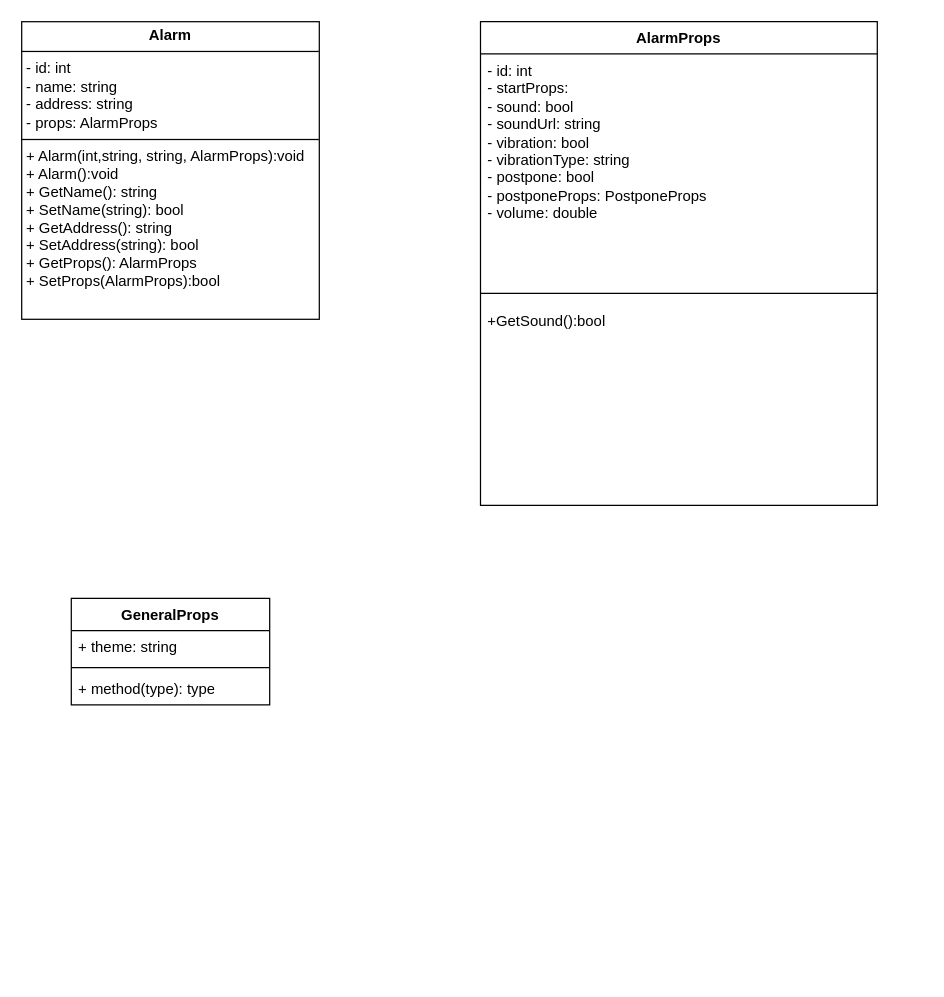
Earlier version of the draw.io diagram docs/diagrama de classes.drawio (SenhorContritus/INI3B-EQ2). Source tidied: cells renumbered, new cells numbered last; positions are measured from the earlier drawing's top-left corner, leaving out a move shared by most shapes. Both pictures are drawn from the tidied source at 124%, with x=0, y=0 at pixel (21, 21).
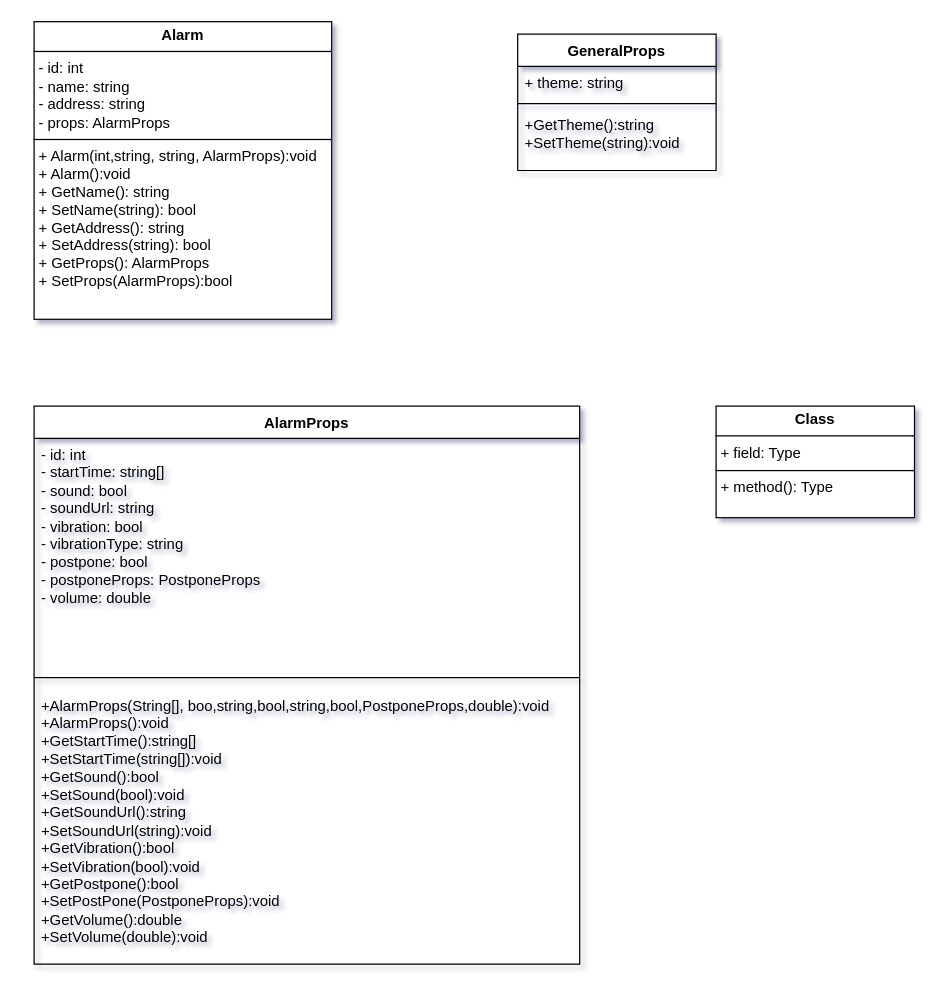
The same diagram, later.

Commit message:
AlarmProps finished

The edit, as a diff of the source:
```diff
@@
-<mxGraphModel>
+<mxGraphModel shadow="1">
   <root>
     <mxCell id="0" />
     <mxCell id="1" parent="0" />
     <mxCell id="2" value="&lt;p style=&quot;margin:0px;margin-top:4px;text-align:center;&quot;&gt;&lt;b&gt;Alarm&lt;/b&gt;&lt;/p&gt;&lt;hr size=&quot;1&quot; style=&quot;border-style:solid;&quot;&gt;&lt;p style=&quot;margin:0px;margin-left:4px;&quot;&gt;- id: int&lt;/p&gt;&lt;p style=&quot;margin:0px;margin-left:4px;&quot;&gt;- name: string&lt;/p&gt;&lt;p style=&quot;margin:0px;margin-left:4px;&quot;&gt;- address: string&lt;/p&gt;&lt;p style=&quot;margin:0px;margin-left:4px;&quot;&gt;- props: AlarmProps&lt;/p&gt;&lt;hr size=&quot;1&quot; style=&quot;border-style:solid;&quot;&gt;&lt;p style=&quot;margin:0px;margin-left:4px;&quot;&gt;+ Alarm(int,string, string, AlarmProps):void&lt;/p&gt;&lt;p style=&quot;margin:0px;margin-left:4px;&quot;&gt;+ Alarm():void&lt;/p&gt;&lt;p style=&quot;margin:0px;margin-left:4px;&quot;&gt;+ GetName(): string&lt;/p&gt;&lt;p style=&quot;margin:0px;margin-left:4px;&quot;&gt;+ SetName(string): bool&lt;/p&gt;&lt;p style=&quot;margin:0px;margin-left:4px;&quot;&gt;+ GetAddress(): string&lt;/p&gt;&lt;p style=&quot;margin:0px;margin-left:4px;&quot;&gt;+ SetAddress(string): bool&lt;/p&gt;&lt;p style=&quot;margin:0px;margin-left:4px;&quot;&gt;+ GetProps(): AlarmProps&lt;/p&gt;&lt;p style=&quot;margin:0px;margin-left:4px;&quot;&gt;+ SetProps(AlarmProps):bool&lt;/p&gt;" style="verticalAlign=top;align=left;overflow=fill;html=1;whiteSpace=wrap;" parent="1" vertex="1">
-      <mxGeometry width="240" height="240" as="geometry" />
+      <mxGeometry x="10" width="240" height="240" as="geometry" />
     </mxCell>
     <mxCell id="3" value="AlarmProps" style="swimlane;fontStyle=1;align=center;verticalAlign=top;horizontal=1;startSize=26;whiteSpace=wrap;html=1;" parent="1" vertex="1">
-      <mxGeometry x="370" width="320" height="390" as="geometry" />
+      <mxGeometry x="10" y="310" width="440" height="450" as="geometry" />
     </mxCell>
-    <mxCell id="4" value="&lt;div&gt;- id: int&lt;/div&gt;&lt;div&gt;- startProps:&amp;nbsp;&lt;/div&gt;- sound: bool&lt;div&gt;- soundUrl: string&lt;/div&gt;&lt;div&gt;- vibration: bool&lt;/div&gt;&lt;div&gt;- vibrationType: string&lt;/div&gt;&lt;div&gt;- postpone: bool&lt;/div&gt;&lt;div&gt;- postponeProps: PostponeProps&lt;/div&gt;&lt;div&gt;- volume: double&lt;/div&gt;" style="text;strokeColor=none;fillColor=none;align=left;verticalAlign=top;spacingLeft=4;spacingRight=4;overflow=hidden;whiteSpace=wrap;html=1;" parent="3" vertex="1">
-      <mxGeometry y="26" width="320" height="184" as="geometry" />
+    <mxCell id="4" value="&lt;div&gt;- id: int&lt;/div&gt;&lt;div&gt;- startTime: string[]&lt;/div&gt;- sound: bool&lt;div&gt;- soundUrl: string&lt;/div&gt;&lt;div&gt;- vibration: bool&lt;/div&gt;&lt;div&gt;- vibrationType: string&lt;/div&gt;&lt;div&gt;- postpone: bool&lt;/div&gt;&lt;div&gt;- postponeProps: PostponeProps&lt;/div&gt;&lt;div&gt;- volume: double&lt;/div&gt;" style="text;strokeColor=none;fillColor=none;align=left;verticalAlign=top;spacingLeft=4;spacingRight=4;overflow=hidden;whiteSpace=wrap;html=1;" parent="3" vertex="1">
+      <mxGeometry y="26" width="440" height="184" as="geometry" />
     </mxCell>
     <mxCell id="5" style="line;strokeWidth=1;fillColor=none;align=left;verticalAlign=middle;spacingTop=-1;spacingLeft=3;spacingRight=3;labelPosition=right;strokeColor=inherit;" parent="3" vertex="1">
-      <mxGeometry y="210" width="320" height="18" as="geometry" />
+      <mxGeometry y="210" width="440" height="18" as="geometry" />
     </mxCell>
-    <mxCell id="6" value="+GetSound():bool&lt;div&gt;&lt;br&gt;&lt;/div&gt;" style="text;strokeColor=none;fillColor=none;align=left;verticalAlign=top;spacingLeft=4;spacingRight=4;overflow=hidden;whiteSpace=wrap;html=1;" parent="3" vertex="1">
-      <mxGeometry y="228" width="320" height="162" as="geometry" />
+    <mxCell id="6" value="&lt;div&gt;+AlarmProps(String[], boo,string,bool,string,bool,PostponeProps,double):void&lt;/div&gt;&lt;div&gt;+AlarmProps():void&lt;/div&gt;&lt;div&gt;+GetStartTime():string[]&lt;/div&gt;&lt;div&gt;+SetStartTime(string[]):void&lt;/div&gt;+GetSound():bool&lt;div&gt;+SetSound(bool):void&lt;/div&gt;&lt;div&gt;+GetSoundUrl():string&lt;/div&gt;&lt;div&gt;+SetSoundUrl(string):void&lt;/div&gt;&lt;div&gt;+GetVibration():bool&lt;/div&gt;&lt;div&gt;+SetVibration(bool):void&lt;/div&gt;&lt;div&gt;+GetPostpone():bool&lt;/div&gt;&lt;div&gt;+SetPostPone(PostponeProps):void&lt;/div&gt;&lt;div&gt;+GetVolume():double&lt;/div&gt;&lt;div&gt;+SetVolume(double):void&lt;/div&gt;" style="text;strokeColor=none;fillColor=none;align=left;verticalAlign=top;spacingLeft=4;spacingRight=4;overflow=hidden;whiteSpace=wrap;html=1;" parent="3" vertex="1">
+      <mxGeometry y="228" width="440" height="222" as="geometry" />
     </mxCell>
     <mxCell id="7" value="GeneralProps" style="swimlane;fontStyle=1;align=center;verticalAlign=top;horizontal=1;startSize=26;whiteSpace=wrap;html=1;" parent="1" vertex="1">
-      <mxGeometry x="40" y="465" width="160" height="86" as="geometry" />
+      <mxGeometry x="400" y="10" width="160" height="110" as="geometry" />
     </mxCell>
     <mxCell id="8" value="+ theme: string" style="text;strokeColor=none;fillColor=none;align=left;verticalAlign=top;spacingLeft=4;spacingRight=4;overflow=hidden;whiteSpace=wrap;html=1;" parent="7" vertex="1">
       <mxGeometry y="26" width="160" height="26" as="geometry" />
     </mxCell>
     <mxCell id="9" style="line;strokeWidth=1;fillColor=none;align=left;verticalAlign=middle;spacingTop=-1;spacingLeft=3;spacingRight=3;labelPosition=right;strokeColor=inherit;" parent="7" vertex="1">
       <mxGeometry y="52" width="160" height="8" as="geometry" />
     </mxCell>
-    <mxCell id="10" value="+ method(type): type" style="text;strokeColor=none;fillColor=none;align=left;verticalAlign=top;spacingLeft=4;spacingRight=4;overflow=hidden;whiteSpace=wrap;html=1;" parent="7" vertex="1">
-      <mxGeometry y="60" width="160" height="26" as="geometry" />
+    <mxCell id="10" value="+GetTheme():string&lt;div&gt;+SetTheme(string):void&lt;/div&gt;" style="text;strokeColor=none;fillColor=none;align=left;verticalAlign=top;spacingLeft=4;spacingRight=4;overflow=hidden;whiteSpace=wrap;html=1;" parent="7" vertex="1">
+      <mxGeometry y="60" width="160" height="50" as="geometry" />
     </mxCell>
+    <mxCell id="11" value="&lt;p style=&quot;margin:0px;margin-top:4px;text-align:center;&quot;&gt;&lt;b&gt;Class&lt;/b&gt;&lt;/p&gt;&lt;hr size=&quot;1&quot; style=&quot;border-style:solid;&quot;/&gt;&lt;p style=&quot;margin:0px;margin-left:4px;&quot;&gt;+ field: Type&lt;/p&gt;&lt;hr size=&quot;1&quot; style=&quot;border-style:solid;&quot;/&gt;&lt;p style=&quot;margin:0px;margin-left:4px;&quot;&gt;+ method(): Type&lt;/p&gt;" style="verticalAlign=top;align=left;overflow=fill;html=1;whiteSpace=wrap;" parent="1" vertex="1">
+      <mxGeometry x="560" y="310" width="160" height="90" as="geometry" />
+    </mxCell>
   </root>
 </mxGraphModel>
```
